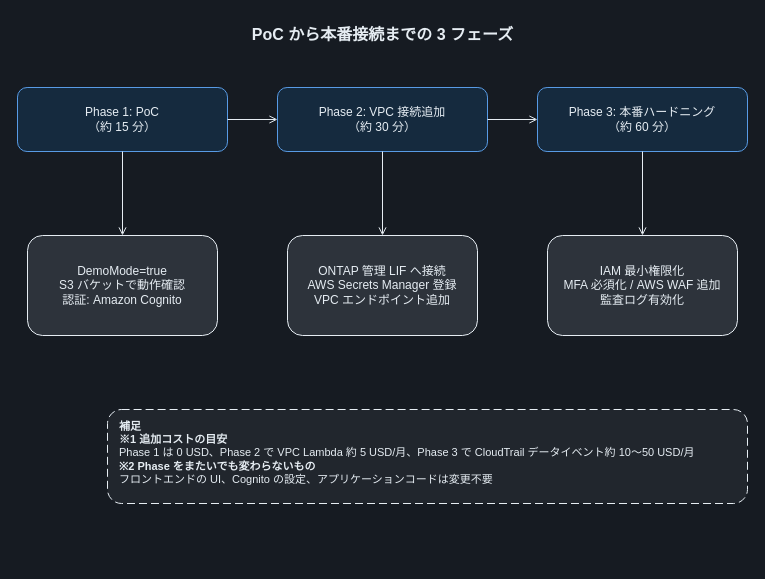
The draw.io diagram docs/diagrams/dark/part2-poc-to-production.drawio in Yoshiki0705/FSx-for-ONTAP-S3AccessPoints-Serverless-Patterns, before the edit. Source tidied: cells renumbered, new cells numbered last; positions are measured from the earlier drawing's top-left corner, leaving out a move shared by most shapes. Both pictures are drawn from the tidied source at 100%, with x=0, y=0 at pixel (17, 17).
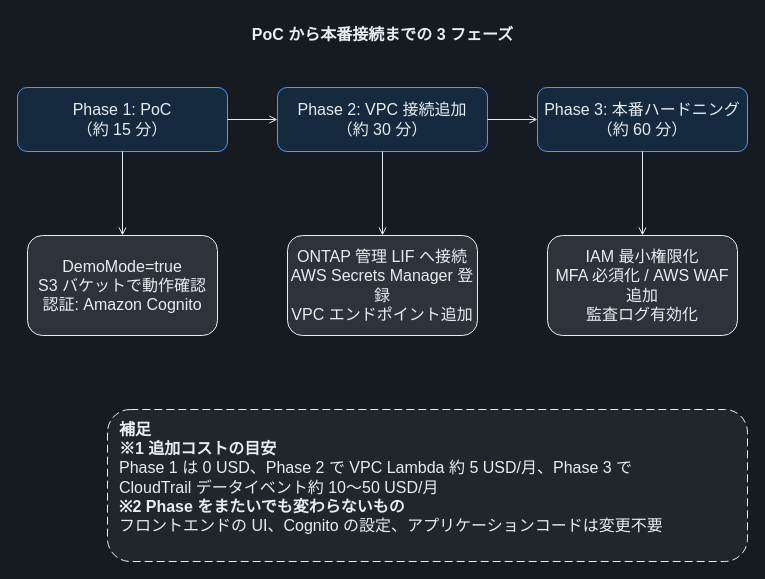
Above is the later version.

Diff of the diagram source:
```diff
@@
 <mxGraphModel background="#161B22">
   <root>
     <mxCell id="0" />
     <mxCell id="1" parent="0" />
     <mxCell id="2" value="PoC から本番接続までの 3 フェーズ" style="text;html=1;align=center;verticalAlign=middle;fontSize=16;fontStyle=1;fontColor=#E6EDF3;" parent="1" vertex="1">
       <mxGeometry width="730" height="34" as="geometry" />
     </mxCell>
-    <mxCell id="3" value="Phase 1: PoC&lt;br&gt;（約 15 分）" style="rounded=1;whiteSpace=wrap;html=1;dashed=0;strokeColor=#589BE5;fillColor=#152A3E;align=center;verticalAlign=middle;fontSize=12;fontColor=#E6EDF3;" parent="1" vertex="1">
+    <mxCell id="3" value="Phase 1: PoC&lt;br&gt;（約 15 分）" style="rounded=1;whiteSpace=wrap;html=1;dashed=0;strokeColor=#589BE5;fillColor=#152A3E;align=center;verticalAlign=middle;fontSize=16;fontColor=#E6EDF3;" parent="1" vertex="1">
       <mxGeometry y="70" width="210" height="64" as="geometry" />
     </mxCell>
-    <mxCell id="4" value="Phase 2: VPC 接続追加&lt;br&gt;（約 30 分）" style="rounded=1;whiteSpace=wrap;html=1;dashed=0;strokeColor=#589BE5;fillColor=#152A3E;align=center;verticalAlign=middle;fontSize=12;fontColor=#E6EDF3;" parent="1" vertex="1">
+    <mxCell id="4" value="Phase 2: VPC 接続追加&lt;br&gt;（約 30 分）" style="rounded=1;whiteSpace=wrap;html=1;dashed=0;strokeColor=#589BE5;fillColor=#152A3E;align=center;verticalAlign=middle;fontSize=16;fontColor=#E6EDF3;" parent="1" vertex="1">
       <mxGeometry x="260" y="70" width="210" height="64" as="geometry" />
     </mxCell>
-    <mxCell id="5" value="Phase 3: 本番ハードニング&lt;br&gt;（約 60 分）" style="rounded=1;whiteSpace=wrap;html=1;dashed=0;strokeColor=#589BE5;fillColor=#152A3E;align=center;verticalAlign=middle;fontSize=12;fontColor=#E6EDF3;" parent="1" vertex="1">
+    <mxCell id="5" value="Phase 3: 本番ハードニング&lt;br&gt;（約 60 分）" style="rounded=1;whiteSpace=wrap;html=1;dashed=0;strokeColor=#589BE5;fillColor=#152A3E;align=center;verticalAlign=middle;fontSize=16;fontColor=#E6EDF3;" parent="1" vertex="1">
       <mxGeometry x="520" y="70" width="210" height="64" as="geometry" />
     </mxCell>
-    <mxCell id="6" value="DemoMode=true&lt;br&gt;S3 バケットで動作確認&lt;br&gt;認証: Amazon Cognito" style="rounded=1;whiteSpace=wrap;html=1;dashed=0;strokeColor=#E6EDF3;fillColor=#2D333B;align=center;verticalAlign=middle;fontSize=12;fontColor=#E6EDF3;" parent="1" vertex="1">
+    <mxCell id="6" value="DemoMode=true&lt;br&gt;S3 バケットで動作確認&lt;br&gt;認証: Amazon Cognito" style="rounded=1;whiteSpace=wrap;html=1;dashed=0;strokeColor=#E6EDF3;fillColor=#2D333B;align=center;verticalAlign=middle;fontSize=16;fontColor=#E6EDF3;" parent="1" vertex="1">
       <mxGeometry x="10" y="218" width="190" height="100" as="geometry" />
     </mxCell>
-    <mxCell id="7" value="ONTAP 管理 LIF へ接続&lt;br&gt;AWS Secrets Manager 登録&lt;br&gt;VPC エンドポイント追加" style="rounded=1;whiteSpace=wrap;html=1;dashed=0;strokeColor=#E6EDF3;fillColor=#2D333B;align=center;verticalAlign=middle;fontSize=12;fontColor=#E6EDF3;" parent="1" vertex="1">
+    <mxCell id="7" value="ONTAP 管理 LIF へ接続&lt;br&gt;AWS Secrets Manager 登録&lt;br&gt;VPC エンドポイント追加" style="rounded=1;whiteSpace=wrap;html=1;dashed=0;strokeColor=#E6EDF3;fillColor=#2D333B;align=center;verticalAlign=middle;fontSize=16;fontColor=#E6EDF3;" parent="1" vertex="1">
       <mxGeometry x="270" y="218" width="190" height="100" as="geometry" />
     </mxCell>
-    <mxCell id="8" value="IAM 最小権限化&lt;br&gt;MFA 必須化 / AWS WAF 追加&lt;br&gt;監査ログ有効化" style="rounded=1;whiteSpace=wrap;html=1;dashed=0;strokeColor=#E6EDF3;fillColor=#2D333B;align=center;verticalAlign=middle;fontSize=12;fontColor=#E6EDF3;" parent="1" vertex="1">
+    <mxCell id="8" value="IAM 最小権限化&lt;br&gt;MFA 必須化 / AWS WAF 追加&lt;br&gt;監査ログ有効化" style="rounded=1;whiteSpace=wrap;html=1;dashed=0;strokeColor=#E6EDF3;fillColor=#2D333B;align=center;verticalAlign=middle;fontSize=16;fontColor=#E6EDF3;" parent="1" vertex="1">
       <mxGeometry x="530" y="218" width="190" height="100" as="geometry" />
     </mxCell>
-    <mxCell id="9" style="edgeStyle=orthogonalEdgeStyle;rounded=0;jettySize=auto;html=1;endArrow=open;endFill=0;strokeColor=#E6EDF3;strokeWidth=1;fontSize=12;fontColor=#E6EDF3;labelBackgroundColor=#21262D;" parent="1" edge="1" source="3" target="4">
+    <mxCell id="9" style="edgeStyle=orthogonalEdgeStyle;rounded=0;jettySize=auto;html=1;endArrow=open;endFill=0;strokeColor=#E6EDF3;strokeWidth=1;fontSize=16;fontColor=#E6EDF3;labelBackgroundColor=#21262D;" parent="1" edge="1" source="3" target="4">
       <mxGeometry relative="1" as="geometry" />
     </mxCell>
-    <mxCell id="10" style="edgeStyle=orthogonalEdgeStyle;rounded=0;jettySize=auto;html=1;endArrow=open;endFill=0;strokeColor=#E6EDF3;strokeWidth=1;fontSize=12;fontColor=#E6EDF3;labelBackgroundColor=#21262D;" parent="1" edge="1" source="4" target="5">
+    <mxCell id="10" style="edgeStyle=orthogonalEdgeStyle;rounded=0;jettySize=auto;html=1;endArrow=open;endFill=0;strokeColor=#E6EDF3;strokeWidth=1;fontSize=16;fontColor=#E6EDF3;labelBackgroundColor=#21262D;" parent="1" edge="1" source="4" target="5">
       <mxGeometry relative="1" as="geometry" />
     </mxCell>
-    <mxCell id="11" style="edgeStyle=orthogonalEdgeStyle;rounded=0;jettySize=auto;html=1;endArrow=open;endFill=0;strokeColor=#E6EDF3;strokeWidth=1;fontSize=12;fontColor=#E6EDF3;labelBackgroundColor=#21262D;" parent="1" edge="1" source="3" target="6">
+    <mxCell id="11" style="edgeStyle=orthogonalEdgeStyle;rounded=0;jettySize=auto;html=1;endArrow=open;endFill=0;strokeColor=#E6EDF3;strokeWidth=1;fontSize=16;fontColor=#E6EDF3;labelBackgroundColor=#21262D;" parent="1" edge="1" source="3" target="6">
       <mxGeometry relative="1" as="geometry" />
     </mxCell>
-    <mxCell id="12" style="edgeStyle=orthogonalEdgeStyle;rounded=0;jettySize=auto;html=1;endArrow=open;endFill=0;strokeColor=#E6EDF3;strokeWidth=1;fontSize=12;fontColor=#E6EDF3;labelBackgroundColor=#21262D;" parent="1" edge="1" source="4" target="7">
+    <mxCell id="12" style="edgeStyle=orthogonalEdgeStyle;rounded=0;jettySize=auto;html=1;endArrow=open;endFill=0;strokeColor=#E6EDF3;strokeWidth=1;fontSize=16;fontColor=#E6EDF3;labelBackgroundColor=#21262D;" parent="1" edge="1" source="4" target="7">
       <mxGeometry relative="1" as="geometry" />
     </mxCell>
-    <mxCell id="13" style="edgeStyle=orthogonalEdgeStyle;rounded=0;jettySize=auto;html=1;endArrow=open;endFill=0;strokeColor=#E6EDF3;strokeWidth=1;fontSize=12;fontColor=#E6EDF3;labelBackgroundColor=#21262D;" parent="1" edge="1" source="5" target="8">
+    <mxCell id="13" style="edgeStyle=orthogonalEdgeStyle;rounded=0;jettySize=auto;html=1;endArrow=open;endFill=0;strokeColor=#E6EDF3;strokeWidth=1;fontSize=16;fontColor=#E6EDF3;labelBackgroundColor=#21262D;" parent="1" edge="1" source="5" target="8">
       <mxGeometry relative="1" as="geometry" />
     </mxCell>
-    <mxCell id="14" value="&lt;b&gt;補足&lt;/b&gt;&lt;br&gt;&lt;b&gt;※1 追加コストの目安&lt;/b&gt;&lt;br&gt;Phase 1 は 0 USD、Phase 2 で VPC Lambda 約 5 USD/月、Phase 3 で CloudTrail データイベント約 10〜50 USD/月&lt;br&gt;&lt;b&gt;※2 Phase をまたいでも変わらないもの&lt;/b&gt;&lt;br&gt;フロントエンドの UI、Cognito の設定、アプリケーションコードは変更不要" style="rounded=1;whiteSpace=wrap;html=1;dashed=1;dashPattern=8 4;strokeColor=#E6EDF3;fillColor=#21262D;align=left;verticalAlign=top;spacingLeft=10;spacingTop=4;fontSize=11;fontColor=#E6EDF3;" parent="1" vertex="1">
-      <mxGeometry x="90" y="392" width="640" height="94" as="geometry" />
+    <mxCell id="14" value="&lt;b&gt;補足&lt;/b&gt;&lt;br&gt;&lt;b&gt;※1 追加コストの目安&lt;/b&gt;&lt;br&gt;Phase 1 は 0 USD、Phase 2 で VPC Lambda 約 5 USD/月、Phase 3 で&lt;br&gt;CloudTrail データイベント約 10〜50 USD/月&lt;br&gt;&lt;b&gt;※2 Phase をまたいでも変わらないもの&lt;/b&gt;&lt;br&gt;フロントエンドの UI、Cognito の設定、アプリケーションコードは変更不要" style="rounded=1;whiteSpace=wrap;html=1;dashed=1;dashPattern=8 4;strokeColor=#E6EDF3;fillColor=#21262D;align=left;verticalAlign=top;spacingLeft=10;spacingTop=4;fontSize=16;fontColor=#E6EDF3;" parent="1" vertex="1">
+      <mxGeometry x="90" y="392" width="640" height="152" as="geometry" />
     </mxCell>
   </root>
 </mxGraphModel>
```
